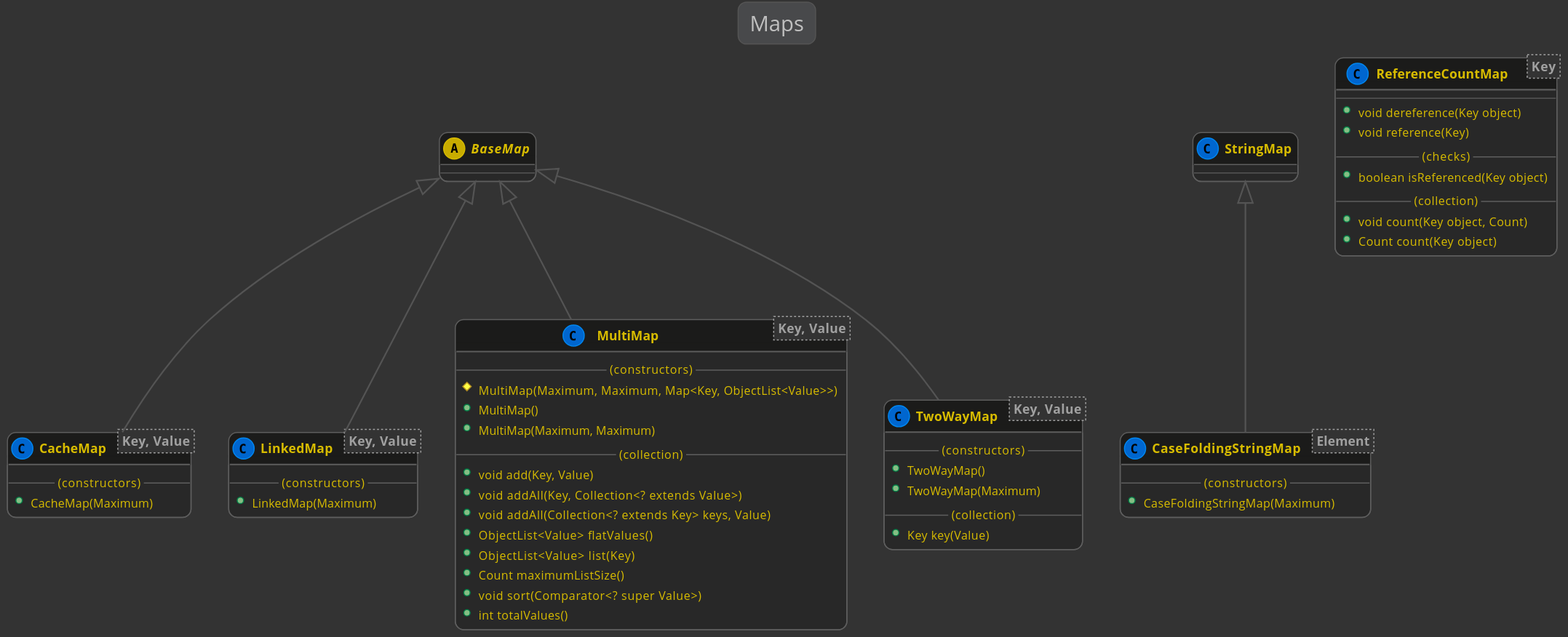
This is kivakit-core/collections/documentation/diagrams/diagram-map.svg from Telenav/kivakit, a PlantUML export, as it was before one commit.
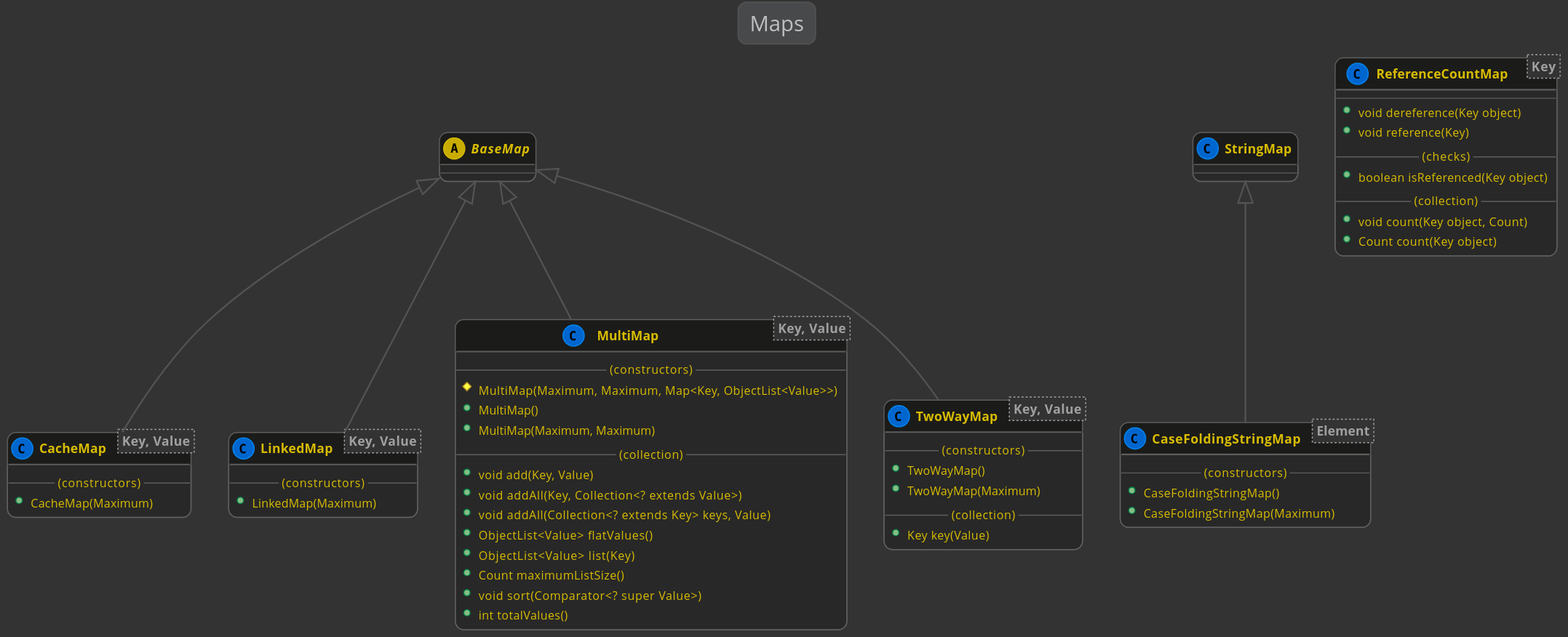
The same file after the commit.

Diff of the diagram source:
```diff
@@ -17,6 +17,7 @@
     class CaseFoldingStringMap<Element>
     {
         --(constructors)--
+        +CaseFoldingStringMap()
         +CaseFoldingStringMap(Maximum)
     }
 
```
